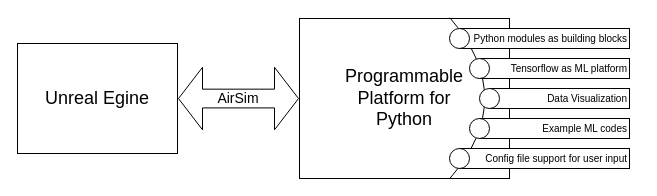
This is page "PEDRA" (2 of 3) of RLpaper.drawio from rakehsaleem/PaperIllustrations, a draw.io file, before an edit. Source tidied: cells renumbered, new cells numbered last; positions are measured from the earlier drawing's top-left corner, leaving out a move shared by most shapes. Both pictures are drawn from the tidied source at 100%, with x=0, y=0 at pixel (17, 17).
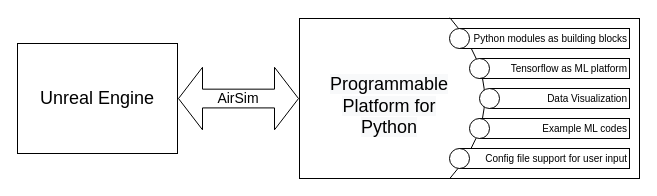
The same diagram, later.

Change to the diagram source:
```diff
@@
 <mxGraphModel>
   <root>
     <mxCell id="0" />
     <mxCell id="1" parent="0" />
-    <mxCell id="2" value="&lt;font style=&quot;font-size: 18px&quot;&gt;Unreal Egine&lt;/font&gt;" style="rounded=0;whiteSpace=wrap;html=1;" parent="1" vertex="1">
+    <mxCell id="2" value="&lt;font style=&quot;font-size: 18px&quot;&gt;Unreal Engine&lt;br&gt;&lt;/font&gt;" style="rounded=0;whiteSpace=wrap;html=1;" parent="1" vertex="1">
       <mxGeometry y="26" width="160" height="110" as="geometry" />
     </mxCell>
-    <mxCell id="3" value="&lt;font style=&quot;font-size: 18px&quot;&gt;Programmable&lt;br&gt;Platform for&lt;br&gt;Python&lt;/font&gt;" style="rounded=0;whiteSpace=wrap;html=1;" parent="1" vertex="1">
-      <mxGeometry x="282" y="1" width="210" height="160" as="geometry" />
+    <mxCell id="3" style="rounded=0;whiteSpace=wrap;html=1;" parent="1" vertex="1">
+      <mxGeometry x="282" y="1" width="340" height="160" as="geometry" />
     </mxCell>
     <mxCell id="4" style="curved=1;endArrow=none;html=1;rounded=0;fontSize=14;exitX=0.683;exitY=1;exitDx=0;exitDy=0;entryX=0.683;entryY=-0.005;entryDx=0;entryDy=0;endFill=0;entryPerimeter=0;exitPerimeter=0;" parent="1" edge="1">
       <mxGeometry relative="1" as="geometry">
         <mxPoint x="432.3" y="161" as="sourcePoint" />
         <mxPoint x="432.3" y="0.2" as="targetPoint" />
         <Array as="points">
           <mxPoint x="502" y="81" />
         </Array>
       </mxGeometry>
     </mxCell>
     <mxCell id="5" value="&lt;font style=&quot;font-size: 10px&quot;&gt;Tensorflow as ML platform&lt;/font&gt;" style="rounded=0;whiteSpace=wrap;html=1;align=right;" parent="1" vertex="1">
       <mxGeometry x="462" y="41" width="150" height="20" as="geometry" />
     </mxCell>
     <mxCell id="6" value="&lt;font style=&quot;font-size: 10px&quot;&gt;Python modules as building blocks&lt;/font&gt;" style="rounded=0;whiteSpace=wrap;html=1;align=right;" parent="1" vertex="1">
       <mxGeometry x="442" y="11" width="170" height="20" as="geometry" />
     </mxCell>
     <mxCell id="7" value="&lt;font style=&quot;font-size: 10px&quot;&gt;Config file support for user input&lt;/font&gt;" style="rounded=0;whiteSpace=wrap;html=1;align=right;" parent="1" vertex="1">
       <mxGeometry x="442" y="131" width="170" height="20" as="geometry" />
     </mxCell>
     <mxCell id="8" value="&lt;font style=&quot;font-size: 10px&quot;&gt;Example ML codes&lt;/font&gt;" style="rounded=0;whiteSpace=wrap;html=1;align=right;" parent="1" vertex="1">
       <mxGeometry x="462" y="101" width="150" height="20" as="geometry" />
     </mxCell>
     <mxCell id="9" value="&lt;font style=&quot;font-size: 10px&quot;&gt;Data Visualization&lt;/font&gt;" style="rounded=0;whiteSpace=wrap;html=1;align=right;" parent="1" vertex="1">
       <mxGeometry x="472" y="71" width="140" height="20" as="geometry" />
     </mxCell>
     <mxCell id="10" style="ellipse;whiteSpace=wrap;html=1;" parent="1" vertex="1">
       <mxGeometry x="432" y="11" width="20" height="20" as="geometry" />
     </mxCell>
     <mxCell id="11" style="ellipse;whiteSpace=wrap;html=1;" parent="1" vertex="1">
       <mxGeometry x="452" y="41" width="20" height="20" as="geometry" />
     </mxCell>
     <mxCell id="12" style="ellipse;whiteSpace=wrap;html=1;" parent="1" vertex="1">
       <mxGeometry x="462" y="71" width="20" height="20" as="geometry" />
     </mxCell>
     <mxCell id="13" style="ellipse;whiteSpace=wrap;html=1;" parent="1" vertex="1">
       <mxGeometry x="452" y="101" width="20" height="20" as="geometry" />
     </mxCell>
     <mxCell id="14" style="ellipse;whiteSpace=wrap;html=1;" parent="1" vertex="1">
       <mxGeometry x="432" y="131" width="20" height="20" as="geometry" />
     </mxCell>
     <mxCell id="15" value="&lt;font style=&quot;font-size: 14px&quot;&gt;AirSim&lt;/font&gt;" style="shape=doubleArrow;whiteSpace=wrap;html=1;fontSize=10;" parent="1" vertex="1">
       <mxGeometry x="161" y="49.8" width="120" height="62.5" as="geometry" />
     </mxCell>
+    <mxCell id="16" value="&lt;span style=&quot;color: rgb(0, 0, 0); font-family: Helvetica; font-size: 18px; font-style: normal; font-variant-ligatures: normal; font-variant-caps: normal; font-weight: 400; letter-spacing: normal; orphans: 2; text-indent: 0px; text-transform: none; widows: 2; word-spacing: 0px; -webkit-text-stroke-width: 0px; background-color: rgb(248, 249, 250); text-decoration-thickness: initial; text-decoration-style: initial; text-decoration-color: initial; float: none; display: inline !important;&quot;&gt;Programmable&lt;/span&gt;&lt;br style=&quot;color: rgb(0, 0, 0); font-family: Helvetica; font-size: 18px; font-style: normal; font-variant-ligatures: normal; font-variant-caps: normal; font-weight: 400; letter-spacing: normal; orphans: 2; text-indent: 0px; text-transform: none; widows: 2; word-spacing: 0px; -webkit-text-stroke-width: 0px; background-color: rgb(248, 249, 250); text-decoration-thickness: initial; text-decoration-style: initial; text-decoration-color: initial;&quot;&gt;&lt;span style=&quot;color: rgb(0, 0, 0); font-family: Helvetica; font-size: 18px; font-style: normal; font-variant-ligatures: normal; font-variant-caps: normal; font-weight: 400; letter-spacing: normal; orphans: 2; text-indent: 0px; text-transform: none; widows: 2; word-spacing: 0px; -webkit-text-stroke-width: 0px; background-color: rgb(248, 249, 250); text-decoration-thickness: initial; text-decoration-style: initial; text-decoration-color: initial; float: none; display: inline !important;&quot;&gt;Platform for&lt;/span&gt;&lt;br style=&quot;color: rgb(0, 0, 0); font-family: Helvetica; font-size: 18px; font-style: normal; font-variant-ligatures: normal; font-variant-caps: normal; font-weight: 400; letter-spacing: normal; orphans: 2; text-indent: 0px; text-transform: none; widows: 2; word-spacing: 0px; -webkit-text-stroke-width: 0px; background-color: rgb(248, 249, 250); text-decoration-thickness: initial; text-decoration-style: initial; text-decoration-color: initial;&quot;&gt;&lt;span style=&quot;color: rgb(0, 0, 0); font-family: Helvetica; font-size: 18px; font-style: normal; font-variant-ligatures: normal; font-variant-caps: normal; font-weight: 400; letter-spacing: normal; orphans: 2; text-indent: 0px; text-transform: none; widows: 2; word-spacing: 0px; -webkit-text-stroke-width: 0px; background-color: rgb(248, 249, 250); text-decoration-thickness: initial; text-decoration-style: initial; text-decoration-color: initial; float: none; display: inline !important;&quot;&gt;Python&lt;/span&gt;" style="text;whiteSpace=wrap;html=1;align=center;" parent="1" vertex="1">
+      <mxGeometry x="302" y="49.8" width="140" height="60" as="geometry" />
+    </mxCell>
   </root>
 </mxGraphModel>
```
